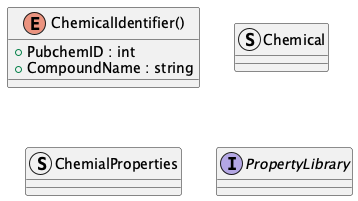
Earlier version of the PlantUML export properties-module/properties_module_class_diagram.png (OSCPS-Project/OSCPS-UML). The source it was exported from:
```plantuml
@startuml properties_module_class_diagram

enum ChemicalIdentifier() {
    + PubchemID : int
    + CompoundName : string
}

Struct Chemical {}

Struct ChemialProperties {}

Interface PropertyLibrary {}

@enduml
```
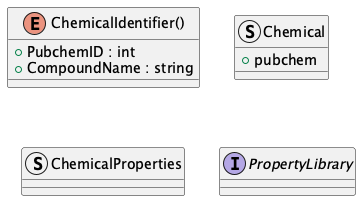
The same diagram one commit later.

Commit message:
updating uml class diagrams for OSCPS project

The edit, as a diff of the source:
```diff
@@ -5,9 +5,11 @@
     + CompoundName : string
 }
 
-Struct Chemical {}
+Struct Chemical {
+    + pubchem
+}
 
-Struct ChemialProperties {}
+Struct ChemicalProperties {}
 
 Interface PropertyLibrary {}
 
```
